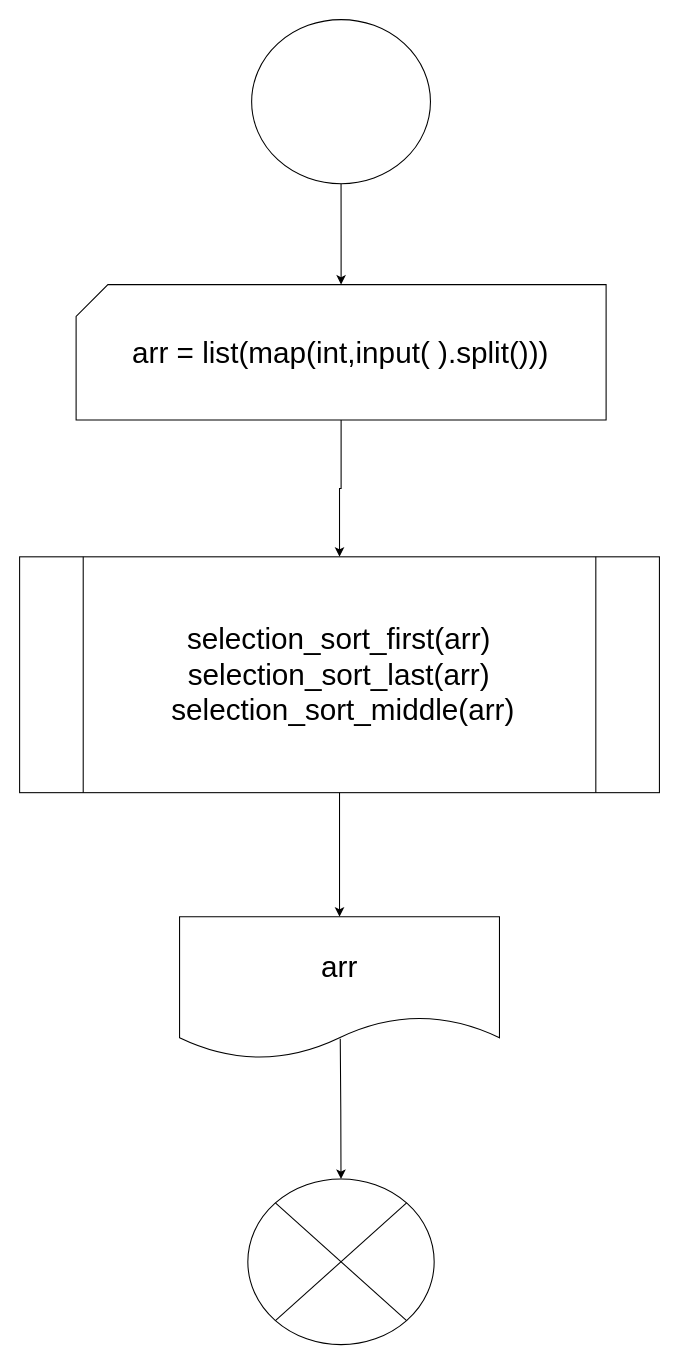
Earlier version of the draw.io diagram Untitled Diagramdfsdf.drawio (DavoA/Univercity). Source tidied: cells renumbered, new cells numbered last; positions are measured from the earlier drawing's top-left corner, leaving out a move shared by most shapes. Both pictures are drawn from the tidied source at 106%, with x=0, y=0 at pixel (19, 19).
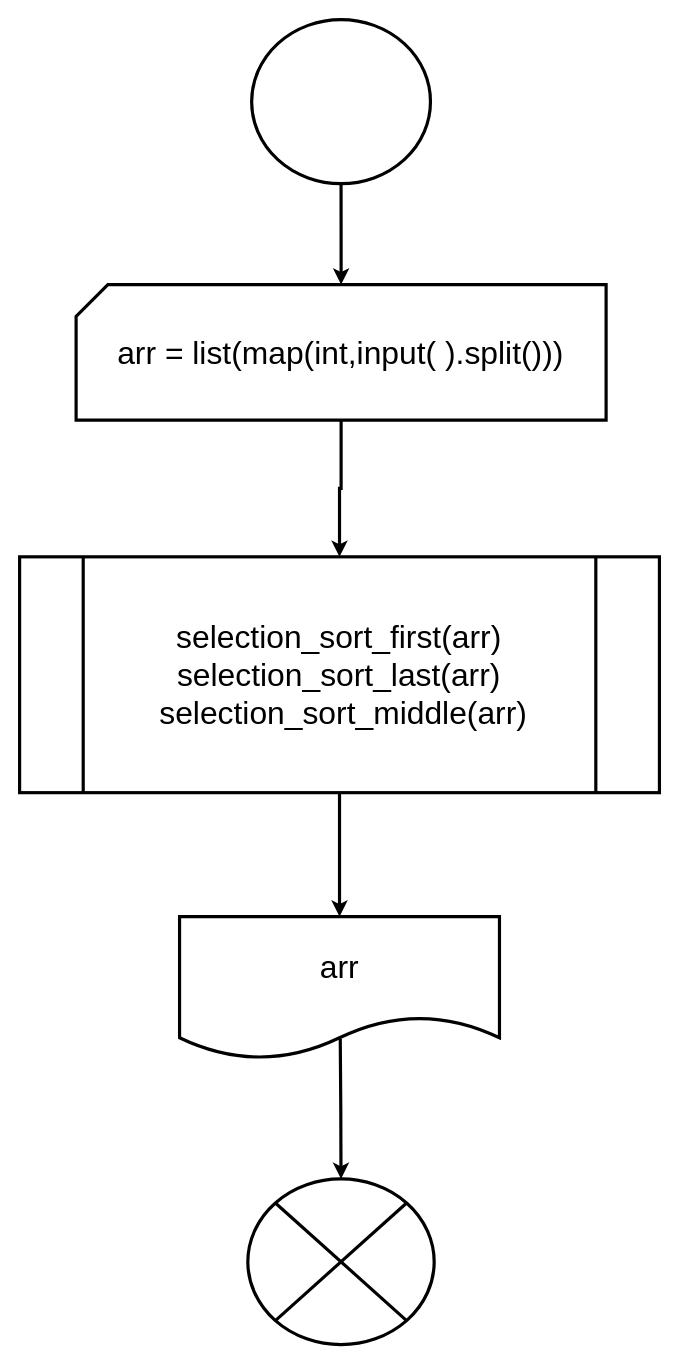
Above is the later version.

Diff of the diagram source:
```diff
@@
 <mxGraphModel>
   <root>
     <mxCell id="0" />
     <mxCell id="1" parent="0" />
-    <mxCell id="2" style="ellipse;whiteSpace=wrap;html=1;fontSize=16;" parent="1" vertex="1">
+    <mxCell id="2" style="ellipse;whiteSpace=wrap;html=1;fontSize=12;strokeWidth=3;" parent="1" vertex="1">
       <mxGeometry x="218.9" width="168.7" height="154.8" as="geometry" />
     </mxCell>
-    <mxCell id="3" style="edgeStyle=orthogonalEdgeStyle;rounded=0;jettySize=auto;html=1;entryX=0.5;entryY=0;entryDx=0;entryDy=0;entryPerimeter=0;" parent="1" edge="1" source="2" target="8">
+    <mxCell id="3" style="edgeStyle=orthogonalEdgeStyle;rounded=0;jettySize=auto;html=1;entryX=0.5;entryY=0;entryDx=0;entryDy=0;entryPerimeter=0;fontSize=12;strokeWidth=3;" parent="1" edge="1" source="2" target="8">
       <mxGeometry relative="1" as="geometry" />
     </mxCell>
-    <mxCell id="4" value="&lt;div style=&quot;font-size: 28px;&quot;&gt;&lt;font style=&quot;font-size: 28px;&quot;&gt;selection_sort_first(arr)&lt;/font&gt;&lt;/div&gt;&lt;div style=&quot;font-size: 28px;&quot;&gt;&lt;font style=&quot;font-size: 28px;&quot;&gt;selection_sort_last(arr)&lt;/font&gt;&lt;/div&gt;&lt;font style=&quot;font-size: 28px;&quot;&gt;&amp;nbsp;selection_sort_middle(arr)&lt;/font&gt;" style="shape=process;whiteSpace=wrap;html=1;backgroundOutline=1;" parent="1" vertex="1">
+    <mxCell id="4" value="&lt;div style=&quot;font-size: 30px;&quot;&gt;&lt;font style=&quot;font-size: 30px;&quot;&gt;selection_sort_first(arr)&lt;/font&gt;&lt;/div&gt;&lt;div style=&quot;font-size: 30px;&quot;&gt;&lt;font style=&quot;font-size: 30px;&quot;&gt;selection_sort_last(arr)&lt;/font&gt;&lt;/div&gt;&lt;font style=&quot;font-size: 30px;&quot;&gt;&amp;nbsp;selection_sort_middle(arr)&lt;/font&gt;" style="shape=process;whiteSpace=wrap;html=1;backgroundOutline=1;fontSize=12;strokeWidth=3;" parent="1" vertex="1">
       <mxGeometry y="506.8" width="603.6" height="222.5" as="geometry" />
     </mxCell>
-    <mxCell id="5" value="&lt;font style=&quot;font-size: 28px;&quot;&gt;arr&lt;/font&gt;" style="shape=document;whiteSpace=wrap;html=1;boundedLbl=1;" parent="1" vertex="1">
+    <mxCell id="5" value="&lt;font style=&quot;font-size: 30px;&quot;&gt;arr&lt;/font&gt;" style="shape=document;whiteSpace=wrap;html=1;boundedLbl=1;fontSize=12;strokeWidth=3;" parent="1" vertex="1">
       <mxGeometry x="150.9" y="846.3" width="301.8" height="134.4" as="geometry" />
     </mxCell>
-    <mxCell id="6" style="edgeStyle=orthogonalEdgeStyle;rounded=0;jettySize=auto;html=1;entryX=0.5;entryY=0;entryDx=0;entryDy=0;" parent="1" edge="1" source="4" target="5">
+    <mxCell id="6" style="edgeStyle=orthogonalEdgeStyle;rounded=0;jettySize=auto;html=1;entryX=0.5;entryY=0;entryDx=0;entryDy=0;fontSize=12;strokeWidth=3;" parent="1" edge="1" source="4" target="5">
       <mxGeometry relative="1" as="geometry" />
     </mxCell>
-    <mxCell id="7" style="edgeStyle=orthogonalEdgeStyle;rounded=0;jettySize=auto;html=1;exitX=0.5;exitY=1;exitDx=0;exitDy=0;exitPerimeter=0;entryX=0.5;entryY=0;entryDx=0;entryDy=0;" parent="1" edge="1" source="8" target="4">
+    <mxCell id="7" style="edgeStyle=orthogonalEdgeStyle;rounded=0;jettySize=auto;html=1;exitX=0.5;exitY=1;exitDx=0;exitDy=0;exitPerimeter=0;entryX=0.5;entryY=0;entryDx=0;entryDy=0;fontSize=12;strokeWidth=3;" parent="1" edge="1" source="8" target="4">
       <mxGeometry relative="1" as="geometry" />
     </mxCell>
-    <mxCell id="8" value="&lt;font style=&quot;font-size: 28px;&quot;&gt;arr = list(map(int,input( ).split()))&lt;/font&gt;" style="shape=card;whiteSpace=wrap;html=1;" parent="1" vertex="1">
+    <mxCell id="8" value="&lt;font style=&quot;font-size: 30px;&quot;&gt;arr = list(map(int,input( ).split()))&lt;/font&gt;" style="shape=card;whiteSpace=wrap;html=1;fontSize=12;strokeWidth=3;" parent="1" vertex="1">
       <mxGeometry x="53.3" y="250" width="500" height="127.8" as="geometry" />
     </mxCell>
-    <mxCell id="9" style="ellipse;whiteSpace=wrap;html=1;" parent="1" vertex="1">
+    <mxCell id="9" style="ellipse;whiteSpace=wrap;html=1;fontSize=12;strokeWidth=3;" parent="1" vertex="1">
       <mxGeometry x="215.3" y="1093.7" width="175.8" height="156.3" as="geometry" />
     </mxCell>
-    <mxCell id="10" style="endArrow=none;html=1;rounded=0;entryX=1;entryY=0;entryDx=0;entryDy=0;exitX=0;exitY=1;exitDx=0;exitDy=0;" parent="1" edge="1" source="9" target="9">
+    <mxCell id="10" style="endArrow=none;html=1;rounded=0;entryX=1;entryY=0;entryDx=0;entryDy=0;exitX=0;exitY=1;exitDx=0;exitDy=0;fontSize=12;strokeWidth=3;" parent="1" edge="1" source="9" target="9">
       <mxGeometry relative="1" as="geometry" />
     </mxCell>
-    <mxCell id="11" style="endArrow=none;html=1;rounded=0;entryX=0;entryY=0;entryDx=0;entryDy=0;exitX=1;exitY=1;exitDx=0;exitDy=0;" parent="1" edge="1" source="9" target="9">
+    <mxCell id="11" style="endArrow=none;html=1;rounded=0;entryX=0;entryY=0;entryDx=0;entryDy=0;exitX=1;exitY=1;exitDx=0;exitDy=0;fontSize=12;strokeWidth=3;" parent="1" edge="1" source="9" target="9">
       <mxGeometry relative="1" as="geometry" />
     </mxCell>
-    <mxCell id="12" style="edgeStyle=orthogonalEdgeStyle;rounded=0;jettySize=auto;html=1;" parent="1" edge="1" target="9">
+    <mxCell id="12" style="edgeStyle=orthogonalEdgeStyle;rounded=0;jettySize=auto;html=1;fontSize=12;strokeWidth=3;" parent="1" edge="1" target="9">
       <mxGeometry relative="1" as="geometry">
         <mxPoint x="302.5" y="961.5" as="sourcePoint" />
       </mxGeometry>
     </mxCell>
   </root>
 </mxGraphModel>
```
